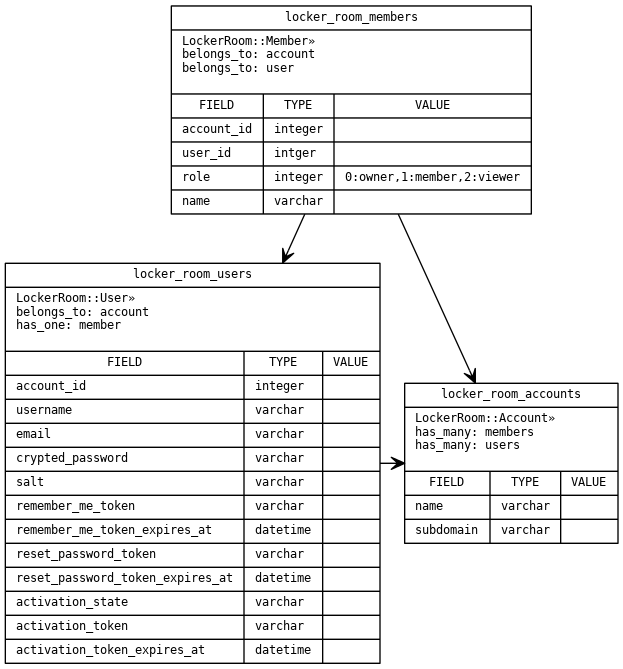
The Graphviz diagram doc/er.png in grauwoelfchen/locker_room, before a commit. Its source is kept beside it as doc/er.dot.
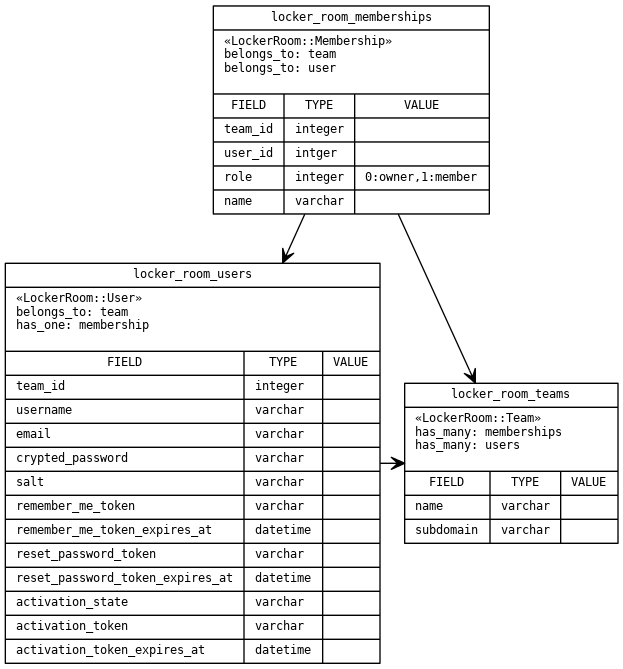
Later version of the same file.

Change to the diagram source:
```diff
@@ -18,8 +18,8 @@
     rankdir = LR
   ]
 
-  Account [
-    label = "{locker_room_accounts|«LockerRoom::Account»\lhas_many: members\lhas_many: users\l\n|{ \
+  Team [
+    label = "{locker_room_teams|\«LockerRoom::Team\»\lhas_many: memberships\lhas_many: users\l\n|{ \
       {FIELD|name\l|subdomain\l}| \
       {TYPE|varchar\l|varchar\l}| \
       {VALUE|\r|\r} \
@@ -27,18 +27,18 @@
   ]
 
   User [
-    label = "{locker_room_users|«LockerRoom::User»\lbelongs_to: account\lhas_one: member\l\n|{ \
-      {FIELD|account_id\l|username\l|email\l|crypted_password\l|salt\l|remember_me_token\l|remember_me_token_expires_at\l|reset_password_token\l|reset_password_token_expires_at\l|activation_state\l|activation_token\l|activation_token_expires_at\l}| \
+    label = "{locker_room_users|\«LockerRoom::User\»\lbelongs_to: team\lhas_one: membership\l\n|{ \
+      {FIELD|team_id\l|username\l|email\l|crypted_password\l|salt\l|remember_me_token\l|remember_me_token_expires_at\l|reset_password_token\l|reset_password_token_expires_at\l|activation_state\l|activation_token\l|activation_token_expires_at\l}| \
       {TYPE|integer\l|varchar\l|varchar\l|varchar\l|varchar\l|varchar\l|datetime\l|varchar\l|datetime\l|varchar\l|varchar\l|datetime\l}| \
       {VALUE|\r|\r|\r|\r|\r|\r|\r|\r|\r|\r|\r|\r} \
     }}"
   ]
 
-  Member [
-    label = "{locker_room_members|«LockerRoom::Member»\lbelongs_to: account\lbelongs_to: user\l\n|{ \
-      {FIELD|account_id\l|user_id\l|role\l|name\l}| \
+  Membership [
+    label = "{locker_room_memberships|\«LockerRoom::Membership\»\lbelongs_to: team\lbelongs_to: user\l\n|{ \
+      {FIELD|team_id\l|user_id\l|role\l|name\l}| \
       {TYPE|integer\l|intger\l|integer\l|varchar\l}| \
-      {VALUE|\r|\r|0:owner,1:member,2:viewer\r|\r} \
+      {VALUE|\r|\r|0:owner,1:member\r|\r} \
     }}"
   ]
 
@@ -70,9 +70,9 @@
     dir       = both
   ]
 
-  Member -> Account
-  Member -> User
-  User   -> Account
+  Membership -> Team
+  Membership -> User
+  User       -> Team
 
   edge [ // has_one
     arrowhead = normal
@@ -96,6 +96,6 @@
    *
    */
 
-  {rank=same; Member;};
-  {rank=same; Account;User;};
+  {rank=same; Membership;};
+  {rank=same; Team;User;};
 }
```
